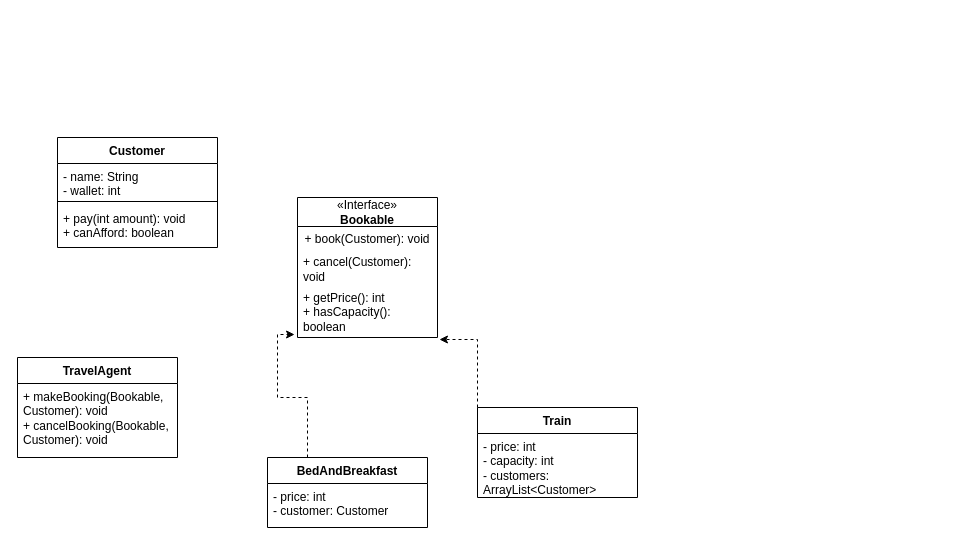
Earlier version of the draw.io diagram travel_agency_lab_diagram_MVP.drawio (thomaspeace/lab_travel_agent). Source tidied: cells renumbered, new cells numbered last; positions are measured from the earlier drawing's top-left corner, leaving out a move shared by most shapes. Both pictures are drawn from the tidied source at 100%, with x=0, y=0 at pixel (17, 137).
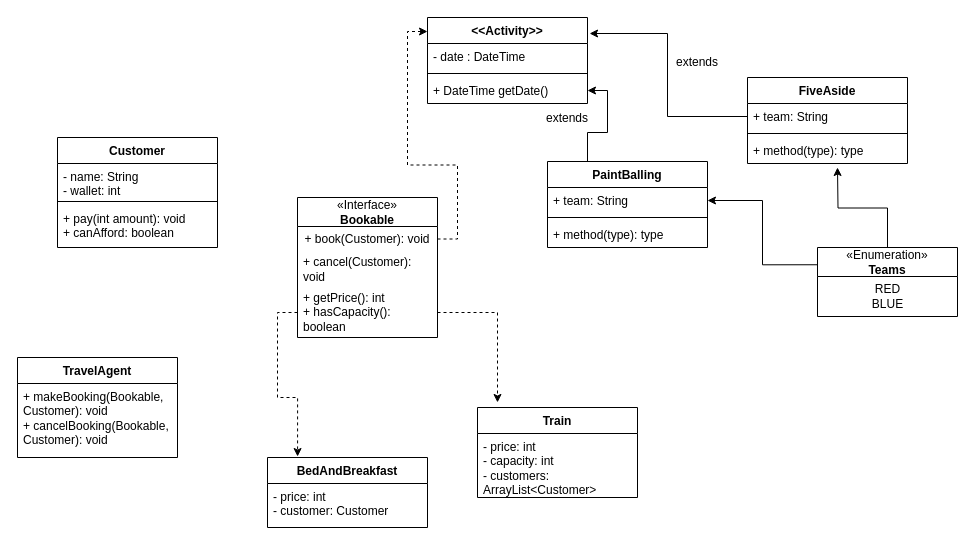
The same page after the edit.

Commit message (it also covers changes not shown here):
make and tested travel agent class

Unchanged cells that the change refers to:
```xml
<mxCell id="7" value="+ book(Customer): void" style="text;html=1;strokeColor=none;fillColor=none;align=center;verticalAlign=middle;spacingLeft=4;spacingRight=4;overflow=hidden;points=[[0,0.5],[1,0.5]];portConstraint=eastwest;whiteSpace=wrap;" parent="6" vertex="1">
  <mxGeometry y="29" width="140" height="25" as="geometry" />
</mxCell>
<mxCell id="9" value="+ getPrice(): int&lt;div&gt;+ hasCapacity(): boolean&lt;/div&gt;" style="text;html=1;strokeColor=none;fillColor=none;align=left;verticalAlign=middle;spacingLeft=4;spacingRight=4;overflow=hidden;points=[[0,0.5],[1,0.5]];portConstraint=eastwest;whiteSpace=wrap;" parent="6" vertex="1">
  <mxGeometry y="90" width="140" height="50" as="geometry" />
</mxCell>
<mxCell id="12" value="Train" style="swimlane;fontStyle=1;align=center;verticalAlign=top;horizontal=1;startSize=26;whiteSpace=wrap;html=1;" parent="1" vertex="1">
  <mxGeometry x="460" y="270" width="160" height="90" as="geometry" />
</mxCell>
<mxCell id="15" value="BedAndBreakfast" style="swimlane;fontStyle=1;align=center;verticalAlign=top;horizontal=1;startSize=26;whiteSpace=wrap;html=1;" parent="1" vertex="1">
  <mxGeometry x="250" y="320" width="160" height="70" as="geometry" />
</mxCell>
```

Diff of the diagram source:
```diff
@@
-    <mxCell id="14" style="edgeStyle=orthogonalEdgeStyle;rounded=0;jettySize=auto;html=1;exitX=0;exitY=0;exitDx=0;exitDy=0;entryX=1.014;entryY=1.04;entryDx=0;entryDy=0;entryPerimeter=0;dashed=1;" parent="1" edge="1" source="12" target="9">
-      <mxGeometry relative="1" as="geometry" />
-    </mxCell>
@@
-    <mxCell id="17" style="edgeStyle=orthogonalEdgeStyle;rounded=0;jettySize=auto;html=1;exitX=0.25;exitY=0;exitDx=0;exitDy=0;entryX=-0.021;entryY=0.94;entryDx=0;entryDy=0;entryPerimeter=0;dashed=1;" parent="1" edge="1" source="15" target="9">
-      <mxGeometry relative="1" as="geometry" />
-    </mxCell>
+    <mxCell id="18" value="&amp;lt;&amp;lt;Activity&amp;gt;&amp;gt;" style="swimlane;fontStyle=1;align=center;verticalAlign=top;horizontal=1;startSize=26;whiteSpace=wrap;html=1;" parent="1" vertex="1">
+      <mxGeometry x="410" y="-120" width="160" height="86" as="geometry" />
+    </mxCell>
+    <mxCell id="19" value="- date : DateTime" style="text;strokeColor=none;fillColor=none;align=left;verticalAlign=top;spacingLeft=4;spacingRight=4;overflow=hidden;whiteSpace=wrap;html=1;" parent="18" vertex="1">
+      <mxGeometry y="26" width="160" height="26" as="geometry" />
+    </mxCell>
+    <mxCell id="20" style="line;strokeWidth=1;fillColor=none;align=left;verticalAlign=middle;spacingTop=-1;spacingLeft=3;spacingRight=3;labelPosition=right;strokeColor=inherit;" parent="18" vertex="1">
+      <mxGeometry y="52" width="160" height="8" as="geometry" />
+    </mxCell>
+    <mxCell id="21" value="+ DateTime getDate()" style="text;strokeColor=none;fillColor=none;align=left;verticalAlign=top;spacingLeft=4;spacingRight=4;overflow=hidden;points=[[0,0.5],[1,0.5]];portConstraint=eastwest;whiteSpace=wrap;html=1;" parent="18" vertex="1">
+      <mxGeometry y="60" width="160" height="26" as="geometry" />
+    </mxCell>
+    <mxCell id="22" style="edgeStyle=orthogonalEdgeStyle;rounded=0;jettySize=auto;html=1;exitX=1;exitY=0.5;exitDx=0;exitDy=0;entryX=0;entryY=0.163;entryDx=0;entryDy=0;entryPerimeter=0;dashed=1;" parent="1" edge="1" source="7" target="18">
+      <mxGeometry relative="1" as="geometry" />
+    </mxCell>
+    <mxCell id="23" style="edgeStyle=orthogonalEdgeStyle;rounded=0;jettySize=auto;html=1;exitX=1;exitY=0.5;exitDx=0;exitDy=0;entryX=0.125;entryY=-0.056;entryDx=0;entryDy=0;entryPerimeter=0;dashed=1;" parent="1" edge="1" source="9" target="12">
+      <mxGeometry relative="1" as="geometry" />
+    </mxCell>
+    <mxCell id="24" style="edgeStyle=orthogonalEdgeStyle;rounded=0;jettySize=auto;html=1;exitX=0;exitY=0.5;exitDx=0;exitDy=0;entryX=0.188;entryY=-0.014;entryDx=0;entryDy=0;entryPerimeter=0;dashed=1;" parent="1" edge="1" source="9" target="15">
+      <mxGeometry relative="1" as="geometry" />
+    </mxCell>
+    <mxCell id="25" value="FiveAside" style="swimlane;fontStyle=1;align=center;verticalAlign=top;horizontal=1;startSize=26;whiteSpace=wrap;html=1;" parent="1" vertex="1">
+      <mxGeometry x="730" y="-60" width="160" height="86" as="geometry" />
+    </mxCell>
+    <mxCell id="26" value="+ team: String" style="text;strokeColor=none;fillColor=none;align=left;verticalAlign=top;spacingLeft=4;spacingRight=4;overflow=hidden;points=[[0,0.5],[1,0.5]];portConstraint=eastwest;whiteSpace=wrap;html=1;" parent="25" vertex="1">
+      <mxGeometry y="26" width="160" height="26" as="geometry" />
+    </mxCell>
+    <mxCell id="27" style="line;strokeWidth=1;fillColor=none;align=left;verticalAlign=middle;spacingTop=-1;spacingLeft=3;spacingRight=3;labelPosition=right;strokeColor=inherit;" parent="25" vertex="1">
+      <mxGeometry y="52" width="160" height="8" as="geometry" />
+    </mxCell>
+    <mxCell id="28" value="+ method(type): type" style="text;strokeColor=none;fillColor=none;align=left;verticalAlign=top;spacingLeft=4;spacingRight=4;overflow=hidden;whiteSpace=wrap;html=1;" parent="25" vertex="1">
+      <mxGeometry y="60" width="160" height="26" as="geometry" />
+    </mxCell>
+    <mxCell id="29" style="edgeStyle=orthogonalEdgeStyle;rounded=0;jettySize=auto;html=1;exitX=0.25;exitY=0;exitDx=0;exitDy=0;entryX=1;entryY=0.5;entryDx=0;entryDy=0;" parent="1" edge="1" source="30" target="21">
+      <mxGeometry relative="1" as="geometry" />
+    </mxCell>
+    <mxCell id="30" value="PaintBalling" style="swimlane;fontStyle=1;align=center;verticalAlign=top;horizontal=1;startSize=26;whiteSpace=wrap;html=1;" parent="1" vertex="1">
+      <mxGeometry x="530" y="24" width="160" height="86" as="geometry" />
+    </mxCell>
+    <mxCell id="31" value="+ team: String" style="text;strokeColor=none;fillColor=none;align=left;verticalAlign=top;spacingLeft=4;spacingRight=4;overflow=hidden;points=[[0,0.5],[1,0.5]];portConstraint=eastwest;whiteSpace=wrap;html=1;" parent="30" vertex="1">
+      <mxGeometry y="26" width="160" height="26" as="geometry" />
+    </mxCell>
+    <mxCell id="32" style="line;strokeWidth=1;fillColor=none;align=left;verticalAlign=middle;spacingTop=-1;spacingLeft=3;spacingRight=3;labelPosition=right;strokeColor=inherit;" parent="30" vertex="1">
+      <mxGeometry y="52" width="160" height="8" as="geometry" />
+    </mxCell>
+    <mxCell id="33" value="+ method(type): type" style="text;strokeColor=none;fillColor=none;align=left;verticalAlign=top;spacingLeft=4;spacingRight=4;overflow=hidden;whiteSpace=wrap;html=1;" parent="30" vertex="1">
+      <mxGeometry y="60" width="160" height="26" as="geometry" />
+    </mxCell>
+    <mxCell id="34" style="edgeStyle=orthogonalEdgeStyle;rounded=0;jettySize=auto;html=1;exitX=0;exitY=0.5;exitDx=0;exitDy=0;entryX=1.013;entryY=0.186;entryDx=0;entryDy=0;entryPerimeter=0;" parent="1" edge="1" source="26" target="18">
+      <mxGeometry relative="1" as="geometry" />
+    </mxCell>
+    <mxCell id="35" value="extends" style="text;html=1;align=center;verticalAlign=middle;whiteSpace=wrap;rounded=0;" parent="1" vertex="1">
+      <mxGeometry x="520" y="-34" width="60" height="30" as="geometry" />
+    </mxCell>
+    <mxCell id="36" value="extends" style="text;html=1;align=center;verticalAlign=middle;whiteSpace=wrap;rounded=0;" parent="1" vertex="1">
+      <mxGeometry x="650" y="-90" width="60" height="30" as="geometry" />
+    </mxCell>
+    <mxCell id="37" style="edgeStyle=orthogonalEdgeStyle;rounded=0;jettySize=auto;html=1;exitX=0;exitY=0.25;exitDx=0;exitDy=0;entryX=1;entryY=0.5;entryDx=0;entryDy=0;" parent="1" edge="1" source="39" target="31">
+      <mxGeometry relative="1" as="geometry" />
+    </mxCell>
+    <mxCell id="38" style="edgeStyle=orthogonalEdgeStyle;rounded=0;jettySize=auto;html=1;exitX=0.5;exitY=0;exitDx=0;exitDy=0;" parent="1" edge="1" source="39">
+      <mxGeometry relative="1" as="geometry">
+        <mxPoint x="820" y="30" as="targetPoint" />
+      </mxGeometry>
+    </mxCell>
+    <mxCell id="39" value="&lt;span style=&quot;font-weight: 400;&quot;&gt;«Enumeration»&lt;/span&gt;&lt;br style=&quot;font-weight: 400;&quot;&gt;&lt;b&gt;Teams&lt;/b&gt;" style="swimlane;fontStyle=1;align=center;verticalAlign=middle;horizontal=1;startSize=29;html=1;whiteSpace=wrap;" parent="1" vertex="1">
+      <mxGeometry x="800" y="110" width="140" height="69" as="geometry" />
+    </mxCell>
+    <mxCell id="40" value="RED&lt;div&gt;BLUE&lt;/div&gt;" style="text;html=1;align=center;verticalAlign=middle;strokeColor=none;fillColor=none;" parent="39" vertex="1">
+      <mxGeometry y="29" width="140" height="40" as="geometry" />
+    </mxCell>
```
